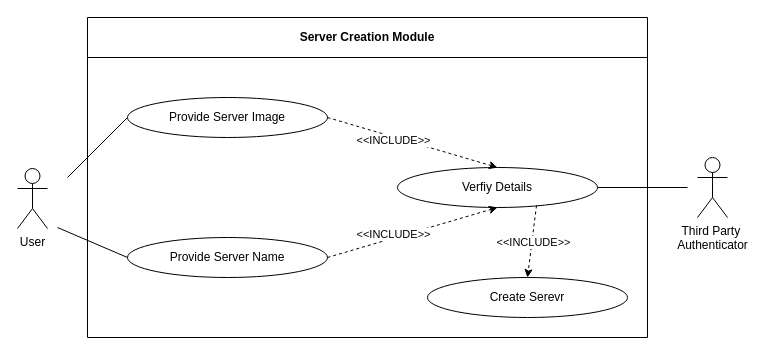
The draw.io diagram Usecase Diagram/Server Creation Module.drawio in Harshul1484/BMP-, before the edit. Source tidied: cells renumbered, new cells numbered last; positions are measured from the earlier drawing's top-left corner, leaving out a move shared by most shapes. Both pictures are drawn from the tidied source at 100%, with x=0, y=0 at pixel (17, 17).
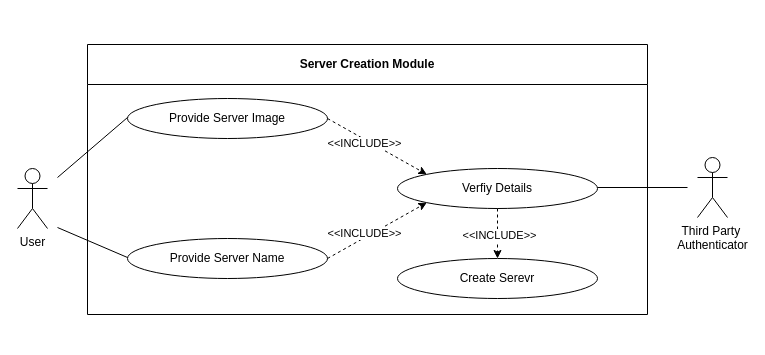
The same page after the edit.

The edit, as a diff of the source:
```diff
@@
-    <mxCell id="2" value="Server Creation Module" style="swimlane;whiteSpace=wrap;html=1;startSize=40;" parent="1" vertex="1">
-      <mxGeometry x="70" width="560" height="320" as="geometry" />
+    <mxCell id="2" value="Server Creation Module" style="swimlane;whiteSpace=wrap;html=1;startSize=40;fillColor=none;" parent="1" vertex="1">
+      <mxGeometry x="70" y="27" width="560" height="270" as="geometry" />
     </mxCell>
-    <mxCell id="3" value="Provide Server Name" style="ellipse;whiteSpace=wrap;html=1;" parent="2" vertex="1">
-      <mxGeometry x="40" y="220" width="200" height="40" as="geometry" />
+    <mxCell id="3" value="Provide Server Name" style="ellipse;whiteSpace=wrap;html=1;fillColor=none;" parent="2" vertex="1">
+      <mxGeometry x="40" y="194" width="200" height="40" as="geometry" />
     </mxCell>
-    <mxCell id="4" value="Provide Server Image" style="ellipse;whiteSpace=wrap;html=1;" parent="2" vertex="1">
-      <mxGeometry x="40" y="80" width="200" height="40" as="geometry" />
+    <mxCell id="4" value="Provide Server Image" style="ellipse;whiteSpace=wrap;html=1;fillColor=none;" parent="2" vertex="1">
+      <mxGeometry x="40" y="54" width="200" height="40" as="geometry" />
     </mxCell>
-    <mxCell id="5" value="Verfiy Details" style="ellipse;whiteSpace=wrap;html=1;" parent="2" vertex="1">
-      <mxGeometry x="310" y="150" width="200" height="40" as="geometry" />
+    <mxCell id="5" value="Verfiy Details" style="ellipse;whiteSpace=wrap;html=1;fillColor=none;" parent="2" vertex="1">
+      <mxGeometry x="310" y="124" width="200" height="40" as="geometry" />
     </mxCell>
-    <mxCell id="6" style="edgeStyle=none;jettySize=auto;html=1;rounded=0;exitX=1;exitY=0.5;exitDx=0;exitDy=0;entryX=0.5;entryY=0;entryDx=0;entryDy=0;dashed=1;" parent="2" edge="1" source="4" target="5">
+    <mxCell id="6" style="edgeStyle=none;jettySize=auto;html=1;rounded=0;exitX=1;exitY=0.5;exitDx=0;exitDy=0;entryX=0;entryY=0;entryDx=0;entryDy=0;dashed=1;" parent="2" edge="1" source="4" target="5">
       <mxGeometry relative="1" as="geometry" />
     </mxCell>
@@
-    <mxCell id="8" style="edgeStyle=none;jettySize=auto;html=1;rounded=0;exitX=1;exitY=0.5;exitDx=0;exitDy=0;entryX=0.5;entryY=1;entryDx=0;entryDy=0;dashed=1;" parent="2" edge="1" source="3" target="5">
+    <mxCell id="8" style="edgeStyle=none;jettySize=auto;html=1;rounded=0;exitX=1;exitY=0.5;exitDx=0;exitDy=0;entryX=0;entryY=1;entryDx=0;entryDy=0;dashed=1;" parent="2" edge="1" source="3" target="5">
       <mxGeometry relative="1" as="geometry" />
     </mxCell>
@@
-    <mxCell id="10" value="Create Serevr" style="ellipse;whiteSpace=wrap;html=1;" parent="2" vertex="1">
-      <mxGeometry x="340" y="260" width="200" height="40" as="geometry" />
+    <mxCell id="10" value="Create Serevr" style="ellipse;whiteSpace=wrap;html=1;fillColor=none;" parent="2" vertex="1">
+      <mxGeometry x="310" y="214" width="200" height="40" as="geometry" />
     </mxCell>
-    <mxCell id="11" style="endArrow=classic;html=1;rounded=0;exitX=0.695;exitY=0.95;exitDx=0;exitDy=0;entryX=0.5;entryY=0;entryDx=0;entryDy=0;dashed=1;exitPerimeter=0;" parent="2" edge="1" source="5" target="10">
+    <mxCell id="11" style="endArrow=classic;html=1;rounded=0;exitX=0.5;exitY=1;exitDx=0;exitDy=0;entryX=0.5;entryY=0;entryDx=0;entryDy=0;dashed=1;" parent="2" edge="1" source="5" target="10">
       <mxGeometry relative="1" as="geometry" />
     </mxCell>
@@
-    <mxCell id="13" value="User" style="shape=umlActor;verticalLabelPosition=bottom;verticalAlign=top;html=1;" parent="1" vertex="1">
+    <mxCell id="13" value="User" style="shape=umlActor;verticalLabelPosition=bottom;verticalAlign=top;html=1;fillColor=none;" parent="1" vertex="1">
       <mxGeometry y="151" width="30" height="60" as="geometry" />
     </mxCell>
-    <mxCell id="14" style="endArrow=none;html=1;rounded=0;entryX=0;entryY=0.5;entryDx=0;entryDy=0;" parent="1" edge="1" target="4">
+    <mxCell id="14" style="endArrow=none;html=1;rounded=0;entryX=0;entryY=0.5;entryDx=0;entryDy=0;" parent="1" edge="1">
       <mxGeometry relative="1" as="geometry">
-        <mxPoint x="50" y="160" as="sourcePoint" />
+        <mxPoint x="40" y="160" as="sourcePoint" />
+        <mxPoint x="110" y="100" as="targetPoint" />
       </mxGeometry>
     </mxCell>
-    <mxCell id="15" style="endArrow=none;html=1;rounded=0;entryX=0;entryY=0.5;entryDx=0;entryDy=0;" parent="1" edge="1" target="3">
+    <mxCell id="15" style="endArrow=none;html=1;rounded=0;entryX=0;entryY=0.5;entryDx=0;entryDy=0;" parent="1" edge="1">
       <mxGeometry relative="1" as="geometry">
         <mxPoint x="40" y="210" as="sourcePoint" />
+        <mxPoint x="110" y="240" as="targetPoint" />
       </mxGeometry>
     </mxCell>
-    <mxCell id="16" value="Third Party&amp;nbsp;&lt;br&gt;Authenticator" style="shape=umlActor;verticalLabelPosition=bottom;verticalAlign=top;html=1;" parent="1" vertex="1">
+    <mxCell id="16" value="Third Party&amp;nbsp;&lt;br&gt;Authenticator" style="shape=umlActor;verticalLabelPosition=bottom;verticalAlign=top;html=1;fillColor=none;" parent="1" vertex="1">
       <mxGeometry x="680" y="140" width="30" height="60" as="geometry" />
     </mxCell>
-    <mxCell id="17" style="endArrow=none;html=1;rounded=0;exitX=1;exitY=0.5;exitDx=0;exitDy=0;" parent="1" edge="1" source="5">
+    <mxCell id="17" style="endArrow=none;html=1;rounded=0;exitX=1;exitY=0.5;exitDx=0;exitDy=0;" parent="1" edge="1">
       <mxGeometry relative="1" as="geometry">
+        <mxPoint x="580" y="170" as="sourcePoint" />
         <mxPoint x="670" y="170" as="targetPoint" />
       </mxGeometry>
     </mxCell>
```
